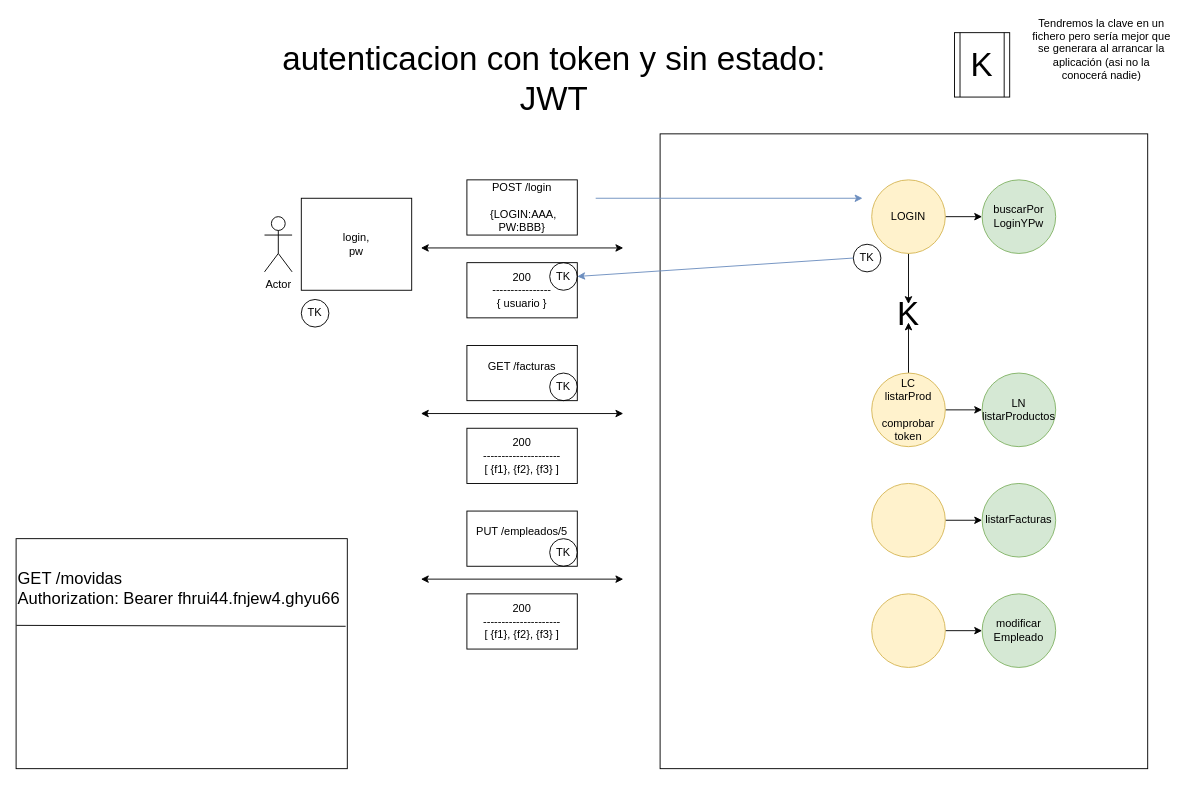
Before: page "47-JWT" (47 of 54) of Dibujillos.drawio in lrag/MEAN_2021, a draw.io diagram. Source tidied: cells renumbered, new cells numbered last; positions are measured from the earlier drawing's top-left corner, leaving out a move shared by most shapes. Both pictures are drawn from the tidied source at 92%, with x=0, y=0 at pixel (16, 32).
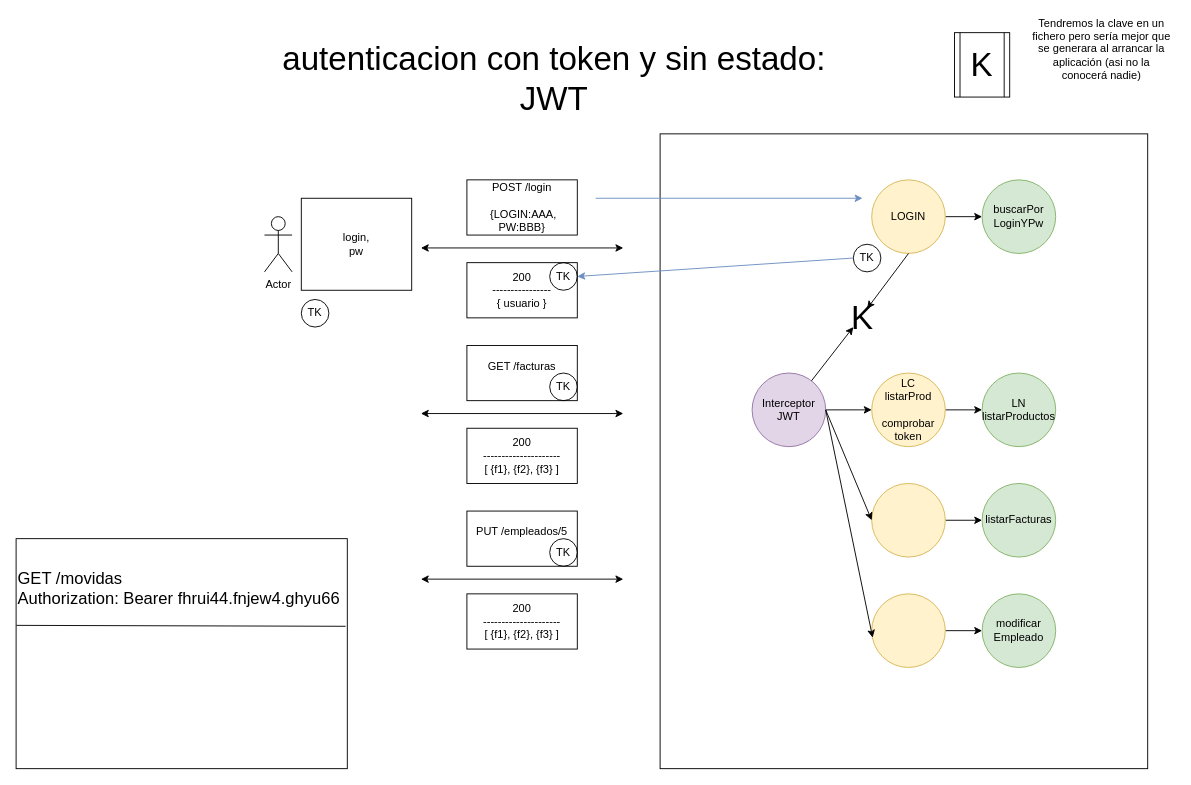
Above is the later version.

The change refers to these unchanged cells:
```xml
<mxCell id="23" value="LC&lt;br&gt;listarProd&lt;br&gt;&lt;br&gt;comprobar&lt;br&gt;token" style="ellipse;whiteSpace=wrap;html=1;fillColor=#fff2cc;strokeColor=#d6b656;" parent="1" vertex="1">
  <mxGeometry x="930" y="370" width="80" height="80" as="geometry" />
</mxCell>
<mxCell id="25" style="ellipse;whiteSpace=wrap;html=1;fillColor=#fff2cc;strokeColor=#d6b656;" parent="1" vertex="1">
  <mxGeometry x="930" y="490" width="80" height="80" as="geometry" />
</mxCell>
<mxCell id="27" style="ellipse;whiteSpace=wrap;html=1;fillColor=#fff2cc;strokeColor=#d6b656;" parent="1" vertex="1">
  <mxGeometry x="930" y="610" width="80" height="80" as="geometry" />
</mxCell>
<mxCell id="35" value="LOGIN" style="ellipse;whiteSpace=wrap;html=1;fillColor=#fff2cc;strokeColor=#d6b656;" parent="1" vertex="1">
  <mxGeometry x="930" y="160" width="80" height="80" as="geometry" />
</mxCell>
```

The edit, as a diff of the source:
```diff
@@
-    <mxCell id="22" style="edgeStyle=orthogonalEdgeStyle;rounded=0;jettySize=auto;html=1;entryX=0.5;entryY=1;entryDx=0;entryDy=0;" parent="1" edge="1" source="23" target="39">
-      <mxGeometry relative="1" as="geometry" />
-    </mxCell>
@@
-    <mxCell id="34" style="edgeStyle=orthogonalEdgeStyle;rounded=0;jettySize=auto;html=1;exitX=0.5;exitY=1;exitDx=0;exitDy=0;entryX=0.5;entryY=0;entryDx=0;entryDy=0;" parent="1" edge="1" source="35" target="39">
-      <mxGeometry relative="1" as="geometry" />
-    </mxCell>
@@
     <mxCell id="39" value="&lt;font style=&quot;font-size: 36px&quot;&gt;K&lt;/font&gt;" style="text;html=1;strokeColor=none;fillColor=none;align=center;verticalAlign=middle;whiteSpace=wrap;rounded=0;" parent="1" vertex="1">
-      <mxGeometry x="950" y="295" width="40" height="20" as="geometry" />
+      <mxGeometry x="910" y="300" width="20" height="20" as="geometry" />
     </mxCell>
@@
+    <mxCell id="43" style="edgeStyle=orthogonalEdgeStyle;rounded=0;jettySize=auto;html=1;" parent="1" edge="1" source="44" target="23">
+      <mxGeometry relative="1" as="geometry" />
+    </mxCell>
+    <mxCell id="44" value="Interceptor&lt;br&gt;JWT" style="ellipse;whiteSpace=wrap;html=1;fillColor=#e1d5e7;strokeColor=#9673a6;" parent="1" vertex="1">
+      <mxGeometry x="800" y="370" width="80" height="80" as="geometry" />
+    </mxCell>
+    <mxCell id="45" style="endArrow=classic;html=1;exitX=1;exitY=0.5;exitDx=0;exitDy=0;entryX=0;entryY=0.5;entryDx=0;entryDy=0;" parent="1" edge="1" source="44" target="25">
+      <mxGeometry relative="1" as="geometry" />
+    </mxCell>
+    <mxCell id="46" style="endArrow=classic;html=1;entryX=0.013;entryY=0.595;entryDx=0;entryDy=0;entryPerimeter=0;" parent="1" edge="1" target="27">
+      <mxGeometry relative="1" as="geometry">
+        <mxPoint x="880" y="410" as="sourcePoint" />
+      </mxGeometry>
+    </mxCell>
+    <mxCell id="34" style="endArrow=classic;html=1;exitX=0.5;exitY=1;exitDx=0;exitDy=0;entryX=0.75;entryY=0;entryDx=0;entryDy=0;" parent="1" edge="1" source="35" target="39">
+      <mxGeometry relative="1" as="geometry" />
+    </mxCell>
+    <mxCell id="47" style="endArrow=classic;html=1;entryX=0;entryY=1;entryDx=0;entryDy=0;" parent="1" edge="1" source="44" target="39">
+      <mxGeometry relative="1" as="geometry" />
+    </mxCell>
```
